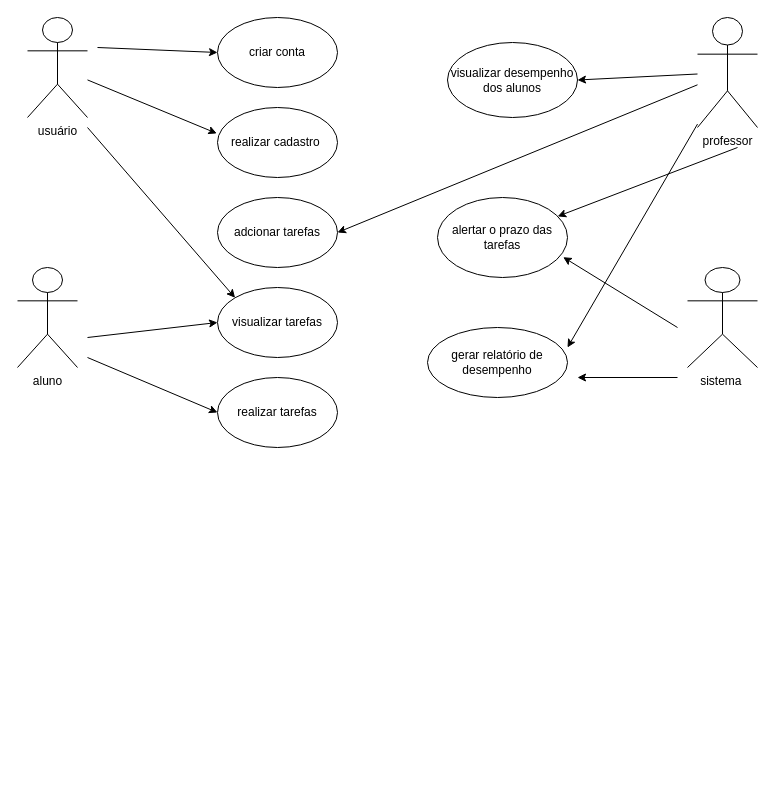
Before: page "Página-1" (1 of 2) of Diagrama sem nome.drawio in anacarolinaetchepare/diagramasderequisitos, a draw.io diagram. Source tidied: cells renumbered, new cells numbered last; positions are measured from the earlier drawing's top-left corner, leaving out a move shared by most shapes. Both pictures are drawn from the tidied source at 100%, with x=0, y=0 at pixel (17, 17).
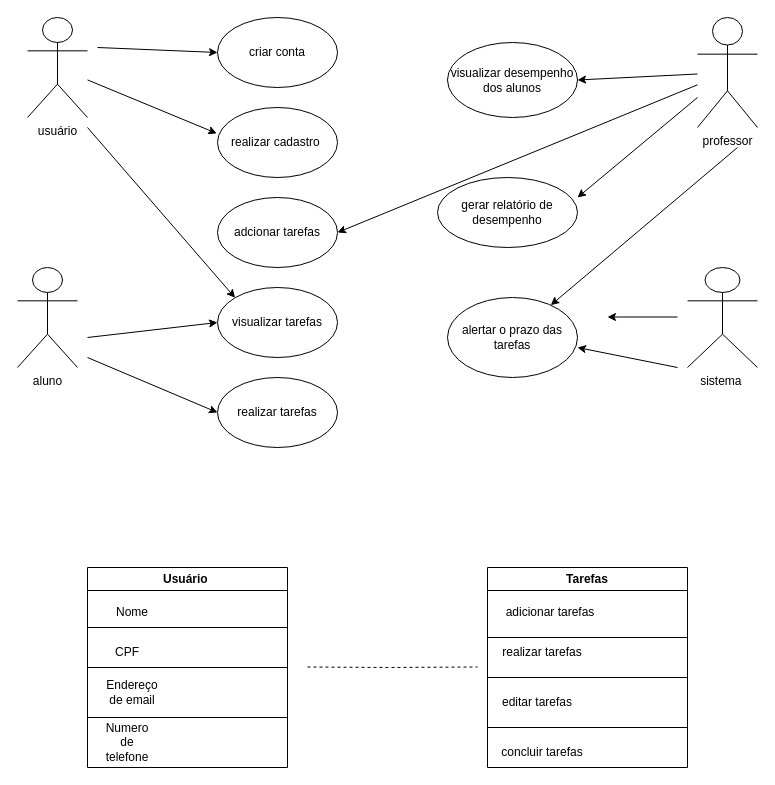
After the change.

Diff of the diagram source:
```diff
@@
     <mxCell id="18" value="alertar o prazo das tarefas" style="ellipse;whiteSpace=wrap;html=1;" parent="1" vertex="1">
-      <mxGeometry x="420" y="180" width="130" height="80" as="geometry" />
+      <mxGeometry x="430" y="280" width="130" height="80" as="geometry" />
     </mxCell>
@@
     <mxCell id="20" value="gerar relatório de desempenho" style="ellipse;whiteSpace=wrap;html=1;" parent="1" vertex="1">
-      <mxGeometry x="410" y="310" width="140" height="70" as="geometry" />
+      <mxGeometry x="420" y="160" width="140" height="70" as="geometry" />
     </mxCell>
@@
-    <mxCell id="22" style="endArrow=classic;html=1;rounded=0;entryX=0.967;entryY=0.746;entryDx=0;entryDy=0;entryPerimeter=0;" parent="1" edge="1" target="18">
-      <mxGeometry relative="1" as="geometry">
-        <mxPoint x="660" y="310" as="sourcePoint" />
-      </mxGeometry>
-    </mxCell>
     <mxCell id="23" style="endArrow=classic;html=1;rounded=0;" parent="1" edge="1">
       <mxGeometry relative="1" as="geometry">
-        <mxPoint x="660" y="360" as="sourcePoint" />
-        <mxPoint x="560" y="360" as="targetPoint" />
+        <mxPoint x="660" y="350" as="sourcePoint" />
+        <mxPoint x="560" y="330" as="targetPoint" />
       </mxGeometry>
     </mxCell>
@@
+    <mxCell id="25" style="endArrow=classic;html=1;rounded=0;" parent="1" edge="1">
+      <mxGeometry relative="1" as="geometry">
+        <mxPoint x="660" y="299.5" as="sourcePoint" />
+        <mxPoint x="590" y="299.5" as="targetPoint" />
+      </mxGeometry>
+    </mxCell>
+    <mxCell id="26" value="Usuário&amp;nbsp;" style="swimlane;whiteSpace=wrap;html=1;" parent="1" vertex="1">
+      <mxGeometry x="70" y="550" width="200" height="200" as="geometry" />
+    </mxCell>
+    <mxCell id="27" value="CPF" style="text;html=1;align=center;verticalAlign=middle;whiteSpace=wrap;rounded=0;" parent="26" vertex="1">
+      <mxGeometry x="10" y="70" width="60" height="30" as="geometry" />
+    </mxCell>
+    <mxCell id="28" value="Endereço de email" style="text;html=1;align=center;verticalAlign=middle;whiteSpace=wrap;rounded=0;" parent="26" vertex="1">
+      <mxGeometry x="15" y="110" width="60" height="30" as="geometry" />
+    </mxCell>
+    <mxCell id="29" value="Numero de telefone" style="text;html=1;align=center;verticalAlign=middle;whiteSpace=wrap;rounded=0;" parent="26" vertex="1">
+      <mxGeometry x="10" y="160" width="60" height="30" as="geometry" />
+    </mxCell>
+    <mxCell id="30" value="Nome" style="text;html=1;align=center;verticalAlign=middle;whiteSpace=wrap;rounded=0;" parent="26" vertex="1">
+      <mxGeometry y="30" width="90" height="30" as="geometry" />
+    </mxCell>
+    <mxCell id="31" style="endArrow=none;html=1;rounded=0;" parent="26" edge="1">
+      <mxGeometry relative="1" as="geometry">
+        <mxPoint y="60" as="sourcePoint" />
+        <mxPoint x="200" y="60" as="targetPoint" />
+      </mxGeometry>
+    </mxCell>
+    <mxCell id="32" style="endArrow=none;html=1;rounded=0;entryX=1;entryY=0.5;entryDx=0;entryDy=0;" parent="26" edge="1" target="26">
+      <mxGeometry relative="1" as="geometry">
+        <mxPoint y="100" as="sourcePoint" />
+      </mxGeometry>
+    </mxCell>
+    <mxCell id="33" style="endArrow=none;html=1;rounded=0;" parent="26" edge="1">
+      <mxGeometry relative="1" as="geometry">
+        <mxPoint y="150" as="sourcePoint" />
+        <mxPoint x="200" y="150" as="targetPoint" />
+      </mxGeometry>
+    </mxCell>
+    <mxCell id="34" value="Tarefas" style="swimlane;whiteSpace=wrap;html=1;" parent="1" vertex="1">
+      <mxGeometry x="470" y="550" width="200" height="200" as="geometry" />
+    </mxCell>
+    <mxCell id="35" style="endArrow=none;html=1;rounded=0;" parent="34" edge="1">
+      <mxGeometry relative="1" as="geometry">
+        <mxPoint y="70" as="sourcePoint" />
+        <mxPoint x="200" y="70" as="targetPoint" />
+      </mxGeometry>
+    </mxCell>
+    <mxCell id="36" value="realizar tarefas" style="text;html=1;align=center;verticalAlign=middle;whiteSpace=wrap;rounded=0;" parent="34" vertex="1">
+      <mxGeometry x="10" y="70" width="90" height="30" as="geometry" />
+    </mxCell>
+    <mxCell id="37" style="endArrow=none;html=1;rounded=0;" parent="34" edge="1">
+      <mxGeometry relative="1" as="geometry">
+        <mxPoint y="110" as="sourcePoint" />
+        <mxPoint x="200" y="110" as="targetPoint" />
+      </mxGeometry>
+    </mxCell>
+    <mxCell id="38" value="adicionar tarefas" style="text;html=1;align=center;verticalAlign=middle;whiteSpace=wrap;rounded=0;" parent="34" vertex="1">
+      <mxGeometry y="30" width="126" height="30" as="geometry" />
+    </mxCell>
+    <mxCell id="39" style="endArrow=none;html=1;rounded=0;" parent="34" edge="1">
+      <mxGeometry relative="1" as="geometry">
+        <mxPoint y="160" as="sourcePoint" />
+        <mxPoint x="200" y="160" as="targetPoint" />
+      </mxGeometry>
+    </mxCell>
+    <mxCell id="40" value="editar tarefas" style="text;html=1;align=center;verticalAlign=middle;whiteSpace=wrap;rounded=0;" parent="34" vertex="1">
+      <mxGeometry x="10" y="120" width="80" height="30" as="geometry" />
+    </mxCell>
+    <mxCell id="41" value="concluir tarefas" style="text;html=1;align=center;verticalAlign=middle;whiteSpace=wrap;rounded=0;" parent="34" vertex="1">
+      <mxGeometry x="10" y="170" width="90" height="30" as="geometry" />
+    </mxCell>
+    <mxCell id="42" style="endArrow=none;dashed=1;html=1;rounded=0;fillColor=#000000;" parent="1" edge="1">
+      <mxGeometry relative="1" as="geometry">
+        <mxPoint x="290" y="649.5" as="sourcePoint" />
+        <mxPoint x="460" y="649.5" as="targetPoint" />
+        <Array as="points">
+          <mxPoint x="370" y="650" />
+        </Array>
+      </mxGeometry>
+    </mxCell>
```
